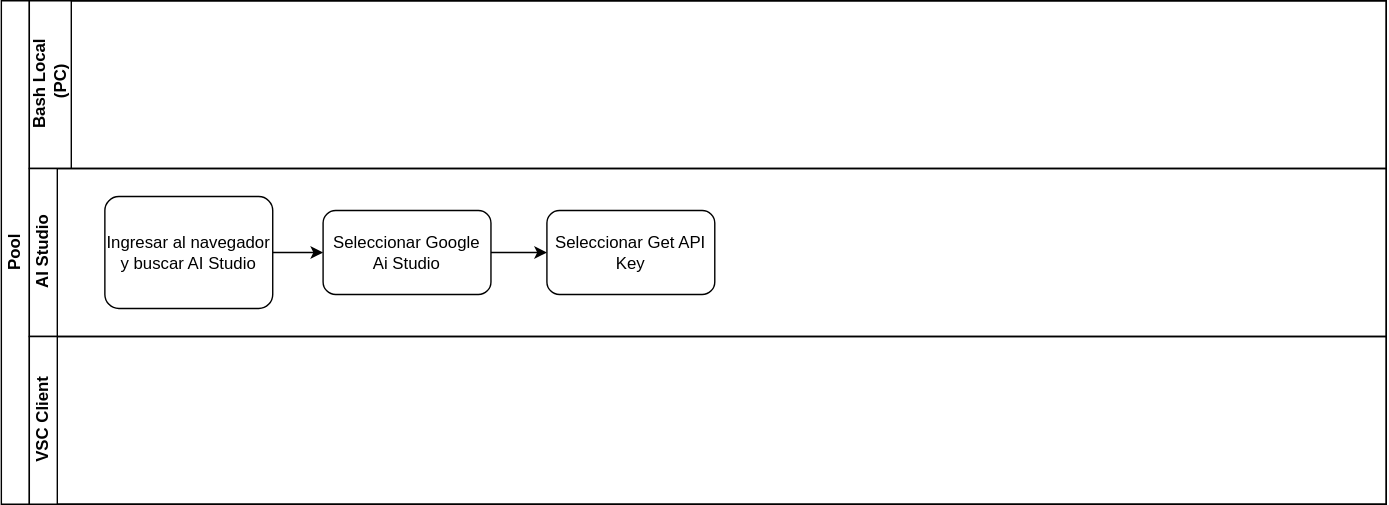
The draw.io diagram systems_analysis/eva2/crear-env-vars-gitbash-windows.drawio.svg in cdvelop/aiep, before a commit. Source tidied: cells renumbered, new cells last; positions are measured from the earlier drawing's top-left corner, leaving out a move shared by most shapes.
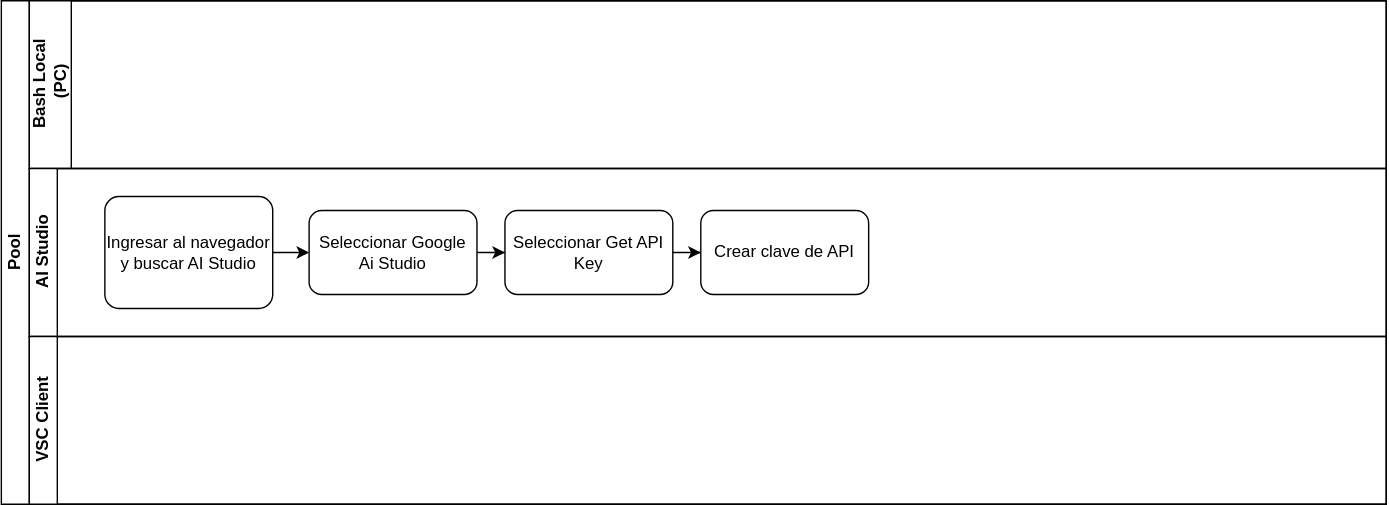
After the commit.

The edit, as a diff of the source:
```diff
@@ -21,11 +21,17 @@
       <mxGeometry relative="1" as="geometry" />
     </mxCell>
     <mxCell id="8" value="Seleccionar Google Ai Studio" style="rounded=1;whiteSpace=wrap;html=1;" parent="4" vertex="1">
-      <mxGeometry x="210" y="30" width="120" height="60" as="geometry" />
+      <mxGeometry x="200" y="30" width="120" height="60" as="geometry" />
     </mxCell>
+    <mxCell id="11" style="edgeStyle=orthogonalEdgeStyle;rounded=0;jettySize=auto;html=1;" parent="4" edge="1" source="9" target="12">
+      <mxGeometry relative="1" as="geometry" />
+    </mxCell>
     <mxCell id="9" value="Seleccionar Get API Key" style="rounded=1;whiteSpace=wrap;html=1;" parent="4" vertex="1">
-      <mxGeometry x="370" y="30" width="120" height="60" as="geometry" />
+      <mxGeometry x="340" y="30" width="120" height="60" as="geometry" />
     </mxCell>
+    <mxCell id="12" value="Crear clave de API" style="rounded=1;whiteSpace=wrap;html=1;" parent="4" vertex="1">
+      <mxGeometry x="480" y="30" width="120" height="60" as="geometry" />
+    </mxCell>
     <mxCell id="10" value="VSC Client" style="swimlane;html=1;startSize=20;horizontal=0;" parent="2" vertex="1">
       <mxGeometry x="20" y="240" width="970" height="120" as="geometry" />
     </mxCell>
```
